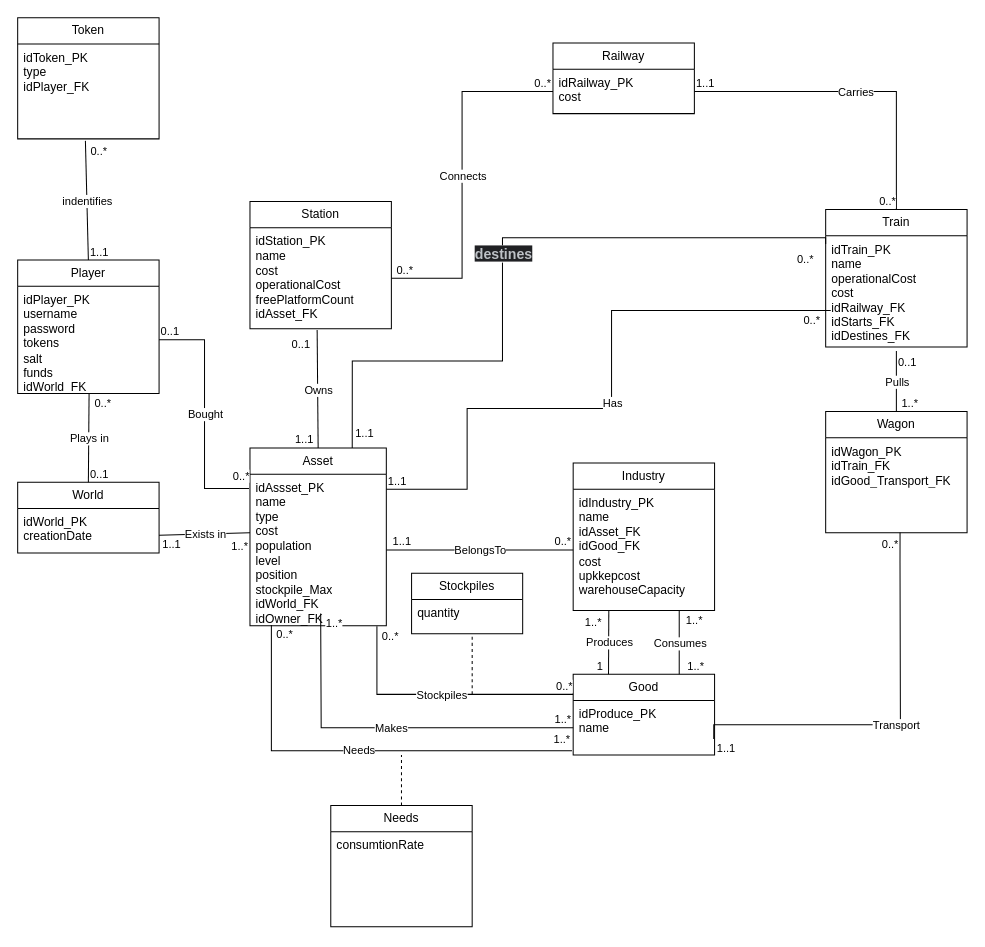
Finiferp/Railway keeps this draw.io diagram as BASDO/RailwayImperium.drawio. Above is the earlier version. Source tidied: cells renumbered, new cells numbered last; positions are measured from the earlier drawing's top-left corner, leaving out a move shared by most shapes. Both pictures are drawn from the tidied source at 101%, with x=0, y=0 at pixel (17, 17).
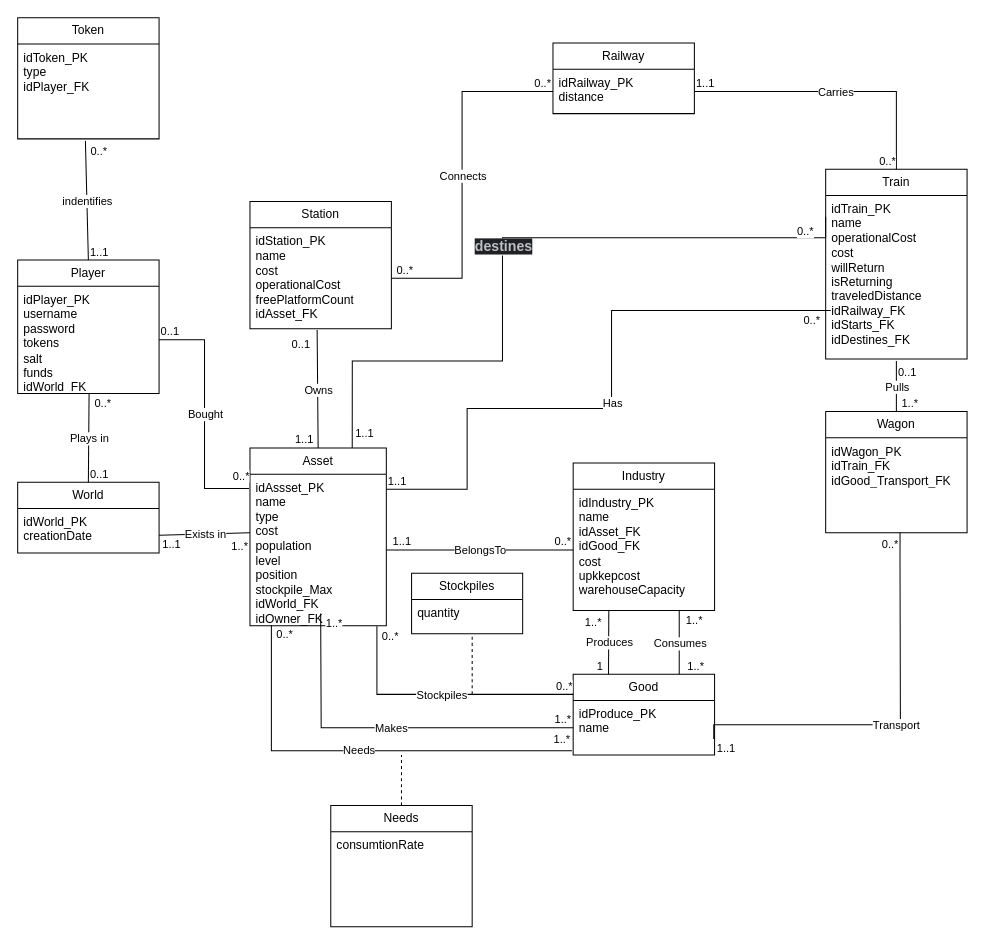
The same page after the edit.

Unchanged cells that the change refers to:
```xml
<mxCell id="4" value="Railway" style="swimlane;fontStyle=0;horizontal=1;startSize=26;fillColor=none;whiteSpace=wrap;html=1;" parent="1" vertex="1">
  <mxGeometry x="530" y="25" width="140" height="70" as="geometry" />
</mxCell>
<mxCell id="62" value="Wagon" style="swimlane;fontStyle=0;horizontal=1;startSize=26;fillColor=none;whiteSpace=wrap;html=1;" parent="1" vertex="1">
  <mxGeometry x="800" y="390" width="140" height="120" as="geometry" />
</mxCell>
```

The edit, as a diff of the source:
```diff
@@
-    <mxCell id="5" value="idRailway_PK&lt;br&gt;cost" style="text;strokeColor=none;fillColor=none;align=left;verticalAlign=top;spacingLeft=4;spacingRight=4;overflow=hidden;points=[[0,0.5],[1,0.5]];portConstraint=eastwest;whiteSpace=wrap;html=1;" parent="4" vertex="1">
+    <mxCell id="5" value="idRailway_PK&lt;br&gt;distance" style="text;strokeColor=none;fillColor=none;align=left;verticalAlign=top;spacingLeft=4;spacingRight=4;overflow=hidden;points=[[0,0.5],[1,0.5]];portConstraint=eastwest;whiteSpace=wrap;html=1;" parent="4" vertex="1">
       <mxGeometry y="26" width="140" height="44" as="geometry" />
     </mxCell>
@@
     <mxCell id="14" value="Train" style="swimlane;fontStyle=0;horizontal=1;startSize=26;fillColor=none;whiteSpace=wrap;html=1;" parent="1" vertex="1">
-      <mxGeometry x="800" y="190" width="140" height="136" as="geometry" />
+      <mxGeometry x="800" y="150" width="140" height="188" as="geometry" />
     </mxCell>
-    <mxCell id="15" value="idTrain_PK&lt;br&gt;name&lt;br&gt;operationalCost&lt;br&gt;cost&lt;br&gt;idRailway_FK&lt;br&gt;idStarts_FK&lt;br&gt;idDestines_FK" style="text;strokeColor=none;fillColor=none;align=left;verticalAlign=top;spacingLeft=4;spacingRight=4;overflow=hidden;whiteSpace=wrap;html=1;" parent="14" vertex="1">
-      <mxGeometry y="26" width="140" height="110" as="geometry" />
+    <mxCell id="15" value="idTrain_PK&lt;br&gt;name&lt;br&gt;operationalCost&lt;br&gt;cost&lt;br&gt;willReturn&lt;br&gt;isReturning&lt;br&gt;traveledDistance&lt;br&gt;idRailway_FK&lt;br&gt;idStarts_FK&lt;br&gt;idDestines_FK" style="text;strokeColor=none;fillColor=none;align=left;verticalAlign=top;spacingLeft=4;spacingRight=4;overflow=hidden;whiteSpace=wrap;html=1;" parent="14" vertex="1">
+      <mxGeometry y="26" width="140" height="162" as="geometry" />
     </mxCell>
     <mxCell id="16" style="endArrow=none;html=1;rounded=0;endFill=0;entryX=0.5;entryY=0;entryDx=0;entryDy=0;" parent="14" edge="1" target="62">
       <mxGeometry relative="1" as="geometry">
-        <mxPoint x="70" y="140" as="sourcePoint" />
+        <mxPoint x="70" y="190" as="sourcePoint" />
       </mxGeometry>
     </mxCell>
```
